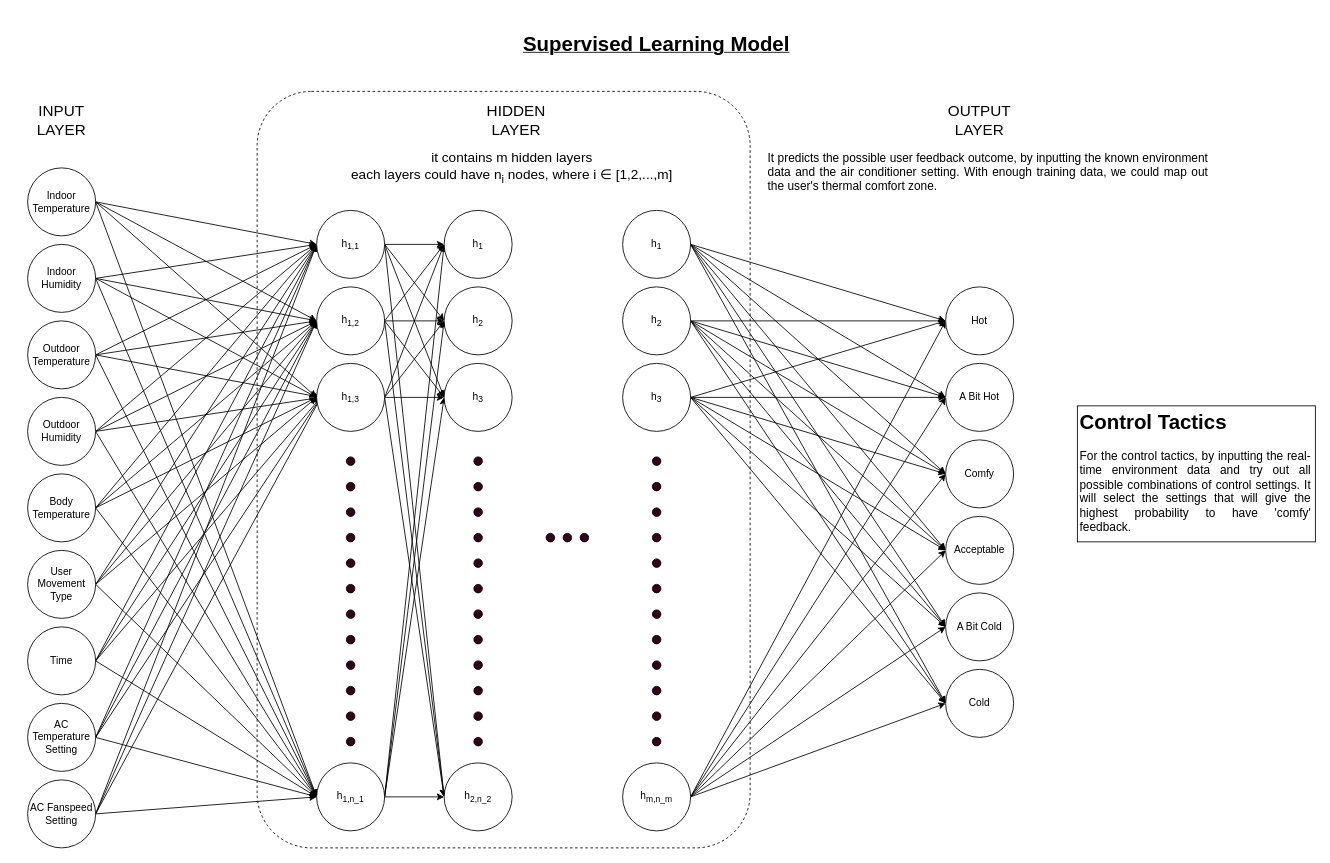
eddylau328/fyp-artificial-intelligence-ac-control-device keeps this draw.io diagram as Machine_Learning/Supervised Learning Model.drawio. Above is the earlier version. Source tidied: cells renumbered, new cells numbered last; positions are measured from the earlier drawing's top-left corner, leaving out a move shared by most shapes. Both pictures are drawn from the tidied source at 85%, with x=0, y=0 at pixel (14, 14).
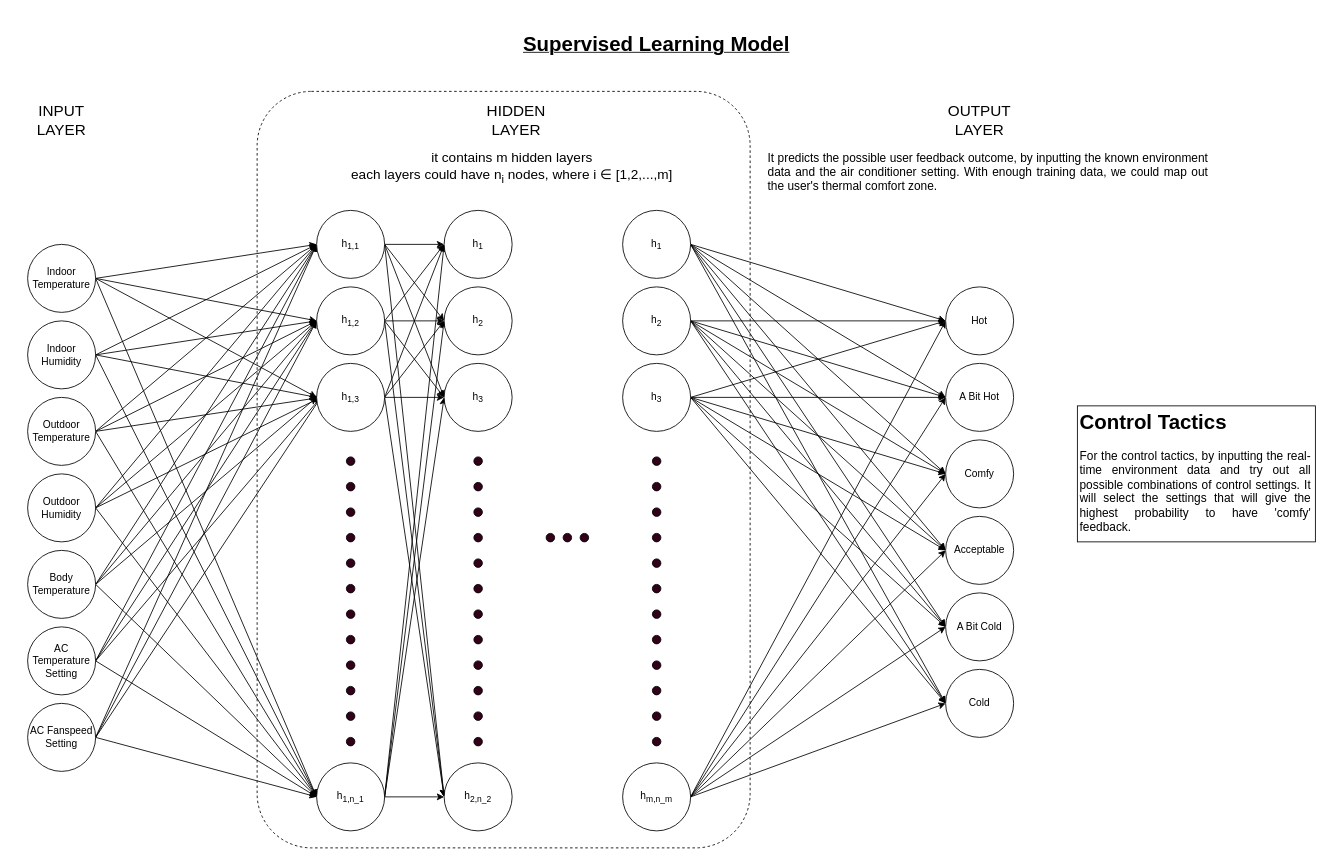
After the change.

Unchanged cells that the change refers to:
```xml
<mxCell id="53" value="h&lt;sub&gt;1,1&lt;/sub&gt;" style="ellipse;whiteSpace=wrap;html=1;" parent="1" vertex="1">
  <mxGeometry x="355" y="230" width="80" height="80" as="geometry" />
</mxCell>
<mxCell id="58" value="h&lt;sub&gt;1,2&lt;/sub&gt;" style="ellipse;whiteSpace=wrap;html=1;" parent="1" vertex="1">
  <mxGeometry x="355" y="320" width="80" height="80" as="geometry" />
</mxCell>
<mxCell id="63" value="h&lt;sub&gt;1,3&lt;/sub&gt;" style="ellipse;whiteSpace=wrap;html=1;" parent="1" vertex="1">
  <mxGeometry x="355" y="410" width="80" height="80" as="geometry" />
</mxCell>
```

Diff of the diagram source:
```diff
@@
     <mxCell id="7" value="Indoor&lt;div&gt;Temperature&lt;/div&gt;" style="ellipse;whiteSpace=wrap;html=1;" parent="1" vertex="1">
-      <mxGeometry x="15" y="180" width="80" height="80" as="geometry" />
+      <mxGeometry x="15" y="270" width="80" height="80" as="geometry" />
     </mxCell>
@@
     <mxCell id="12" value="Indoor Humidity" style="ellipse;whiteSpace=wrap;html=1;" parent="1" vertex="1">
-      <mxGeometry x="15" y="270" width="80" height="80" as="geometry" />
+      <mxGeometry x="15" y="360" width="80" height="80" as="geometry" />
     </mxCell>
@@
     <mxCell id="17" value="&lt;div&gt;Outdoor Temperature&lt;br&gt;&lt;/div&gt;" style="ellipse;whiteSpace=wrap;html=1;" parent="1" vertex="1">
-      <mxGeometry x="15" y="360" width="80" height="80" as="geometry" />
+      <mxGeometry x="15" y="450" width="80" height="80" as="geometry" />
     </mxCell>
@@
     <mxCell id="22" value="Outdoor Humidity" style="ellipse;whiteSpace=wrap;html=1;" parent="1" vertex="1">
-      <mxGeometry x="15" y="450" width="80" height="80" as="geometry" />
+      <mxGeometry x="15" y="540" width="80" height="80" as="geometry" />
     </mxCell>
-    <mxCell id="23" style="edgeStyle=none;rounded=0;jettySize=auto;html=1;exitX=1;exitY=0.5;exitDx=0;exitDy=0;entryX=0;entryY=0.5;entryDx=0;entryDy=0;" parent="1" edge="1" source="27" target="53">
-      <mxGeometry relative="1" as="geometry" />
-    </mxCell>
-    <mxCell id="24" style="edgeStyle=none;rounded=0;jettySize=auto;html=1;exitX=1;exitY=0.5;exitDx=0;exitDy=0;entryX=0;entryY=0.5;entryDx=0;entryDy=0;endArrow=classic;endFill=1;" parent="1" edge="1" source="27" target="58">
-      <mxGeometry relative="1" as="geometry" />
-    </mxCell>
-    <mxCell id="25" style="edgeStyle=none;rounded=0;jettySize=auto;html=1;exitX=1;exitY=0.5;exitDx=0;exitDy=0;endArrow=classic;endFill=1;" parent="1" edge="1" source="27">
-      <mxGeometry relative="1" as="geometry">
-        <mxPoint x="355" y="920" as="targetPoint" />
-      </mxGeometry>
-    </mxCell>
-    <mxCell id="26" style="edgeStyle=none;rounded=0;jettySize=auto;html=1;exitX=1;exitY=0.5;exitDx=0;exitDy=0;" parent="1" edge="1" source="27">
-      <mxGeometry relative="1" as="geometry">
-        <mxPoint x="360" y="450" as="targetPoint" />
-      </mxGeometry>
-    </mxCell>
-    <mxCell id="27" value="Time" style="ellipse;whiteSpace=wrap;html=1;" parent="1" vertex="1">
-      <mxGeometry x="15" y="720" width="80" height="80" as="geometry" />
-    </mxCell>
@@
     <mxCell id="32" value="Body Temperature" style="ellipse;whiteSpace=wrap;html=1;" parent="1" vertex="1">
-      <mxGeometry x="15" y="540" width="80" height="80" as="geometry" />
+      <mxGeometry x="15" y="630" width="80" height="80" as="geometry" />
     </mxCell>
-    <mxCell id="33" style="edgeStyle=none;rounded=0;jettySize=auto;html=1;exitX=1;exitY=0.5;exitDx=0;exitDy=0;entryX=0;entryY=0.5;entryDx=0;entryDy=0;" parent="1" edge="1" source="37" target="53">
-      <mxGeometry relative="1" as="geometry" />
-    </mxCell>
-    <mxCell id="34" style="edgeStyle=none;rounded=0;jettySize=auto;html=1;exitX=1;exitY=0.5;exitDx=0;exitDy=0;endArrow=classic;endFill=1;entryX=0;entryY=0.5;entryDx=0;entryDy=0;" parent="1" edge="1" source="37" target="58">
-      <mxGeometry relative="1" as="geometry" />
-    </mxCell>
-    <mxCell id="35" style="edgeStyle=none;rounded=0;jettySize=auto;html=1;exitX=1;exitY=0.5;exitDx=0;exitDy=0;endArrow=classic;endFill=1;" parent="1" edge="1" source="37">
-      <mxGeometry relative="1" as="geometry">
-        <mxPoint x="355" y="920" as="targetPoint" />
-      </mxGeometry>
-    </mxCell>
-    <mxCell id="36" style="edgeStyle=none;rounded=0;jettySize=auto;html=1;exitX=1;exitY=0.5;exitDx=0;exitDy=0;entryX=0;entryY=0.5;entryDx=0;entryDy=0;" parent="1" edge="1" source="37" target="63">
-      <mxGeometry relative="1" as="geometry" />
-    </mxCell>
-    <mxCell id="37" value="User Movement Type" style="ellipse;whiteSpace=wrap;html=1;" parent="1" vertex="1">
-      <mxGeometry x="15" y="630" width="80" height="80" as="geometry" />
-    </mxCell>
@@
     <mxCell id="42" value="AC Temperature Setting" style="ellipse;whiteSpace=wrap;html=1;" parent="1" vertex="1">
-      <mxGeometry x="15" y="810" width="80" height="80" as="geometry" />
+      <mxGeometry x="15" y="720" width="80" height="80" as="geometry" />
     </mxCell>
@@
     <mxCell id="47" value="AC Fanspeed Setting" style="ellipse;whiteSpace=wrap;html=1;" parent="1" vertex="1">
-      <mxGeometry x="15" y="900" width="80" height="80" as="geometry" />
+      <mxGeometry x="15" y="810" width="80" height="80" as="geometry" />
     </mxCell>
```
